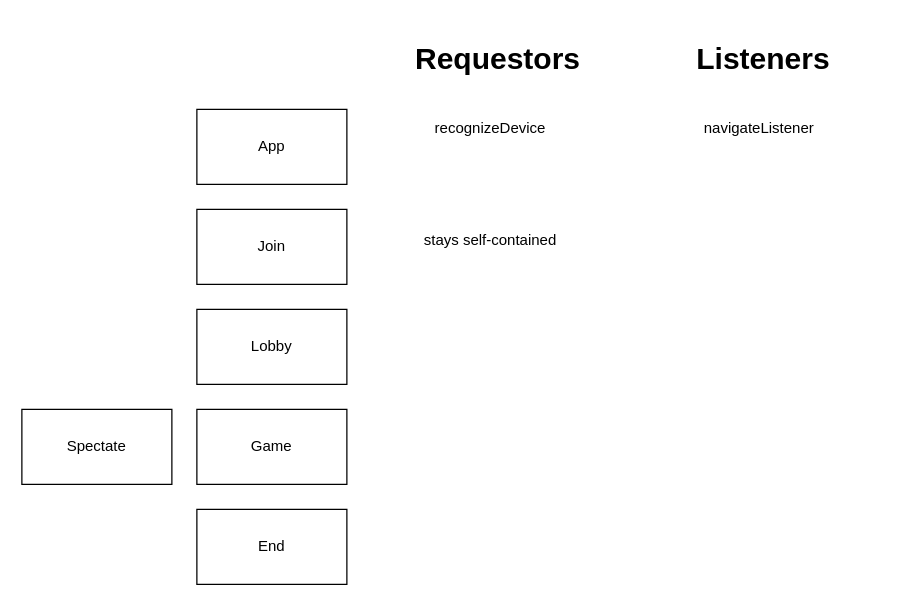
mikejseay/exquisite-text keeps this draw.io diagram as messages.drawio. Above is the earlier version. Source tidied: cells renumbered, new cells numbered last; positions are measured from the earlier drawing's top-left corner, leaving out a move shared by most shapes. Both pictures are drawn from the tidied source at 125%, with x=0, y=0 at pixel (21, 34).
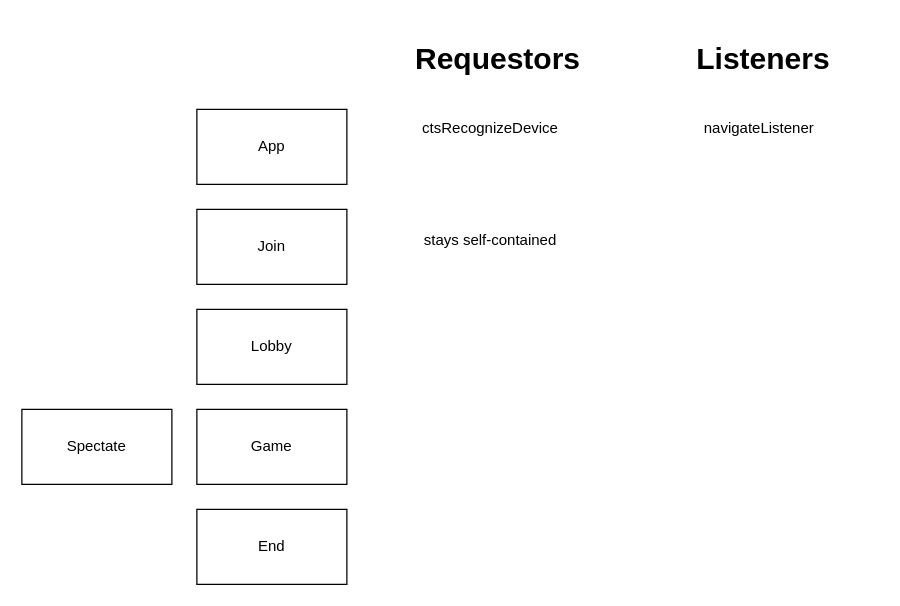
Above is the later version.

Commit message (it also covers changes not shown here):
chore: initial refactor socket messages

Diff of the diagram source:
```diff
@@
 <mxGraphModel>
   <root>
     <mxCell id="0" />
     <mxCell id="1" parent="0" />
     <mxCell id="2" value="App" style="rounded=0;whiteSpace=wrap;html=1;" parent="1" vertex="1">
       <mxGeometry x="140" y="60" width="120" height="60" as="geometry" />
     </mxCell>
     <mxCell id="3" value="Join" style="rounded=0;whiteSpace=wrap;html=1;" parent="1" vertex="1">
       <mxGeometry x="140" y="140" width="120" height="60" as="geometry" />
     </mxCell>
     <mxCell id="4" value="Lobby" style="rounded=0;whiteSpace=wrap;html=1;" parent="1" vertex="1">
       <mxGeometry x="140" y="220" width="120" height="60" as="geometry" />
     </mxCell>
     <mxCell id="5" value="Game" style="rounded=0;whiteSpace=wrap;html=1;" parent="1" vertex="1">
       <mxGeometry x="140" y="300" width="120" height="60" as="geometry" />
     </mxCell>
     <mxCell id="6" value="Spectate" style="rounded=0;whiteSpace=wrap;html=1;" parent="1" vertex="1">
       <mxGeometry y="300" width="120" height="60" as="geometry" />
     </mxCell>
     <mxCell id="7" value="End" style="rounded=0;whiteSpace=wrap;html=1;" parent="1" vertex="1">
       <mxGeometry x="140" y="380" width="120" height="60" as="geometry" />
     </mxCell>
-    <mxCell id="8" value="recognizeDevice" style="text;html=1;strokeColor=none;fillColor=none;align=center;verticalAlign=middle;whiteSpace=wrap;rounded=0;" parent="1" vertex="1">
+    <mxCell id="8" value="ctsRecognizeDevice" style="text;html=1;strokeColor=none;fillColor=none;align=center;verticalAlign=middle;whiteSpace=wrap;rounded=0;" parent="1" vertex="1">
       <mxGeometry x="320" y="60" width="110" height="30" as="geometry" />
     </mxCell>
     <mxCell id="9" value="&lt;h1&gt;Requestors&lt;/h1&gt;" style="text;html=1;strokeColor=none;fillColor=none;spacing=5;spacingTop=-20;whiteSpace=wrap;overflow=hidden;rounded=0;" parent="1" vertex="1">
       <mxGeometry x="310" width="150" height="40" as="geometry" />
     </mxCell>
     <mxCell id="10" value="&lt;h1&gt;Listeners&lt;/h1&gt;" style="text;html=1;strokeColor=none;fillColor=none;spacing=5;spacingTop=-20;whiteSpace=wrap;overflow=hidden;rounded=0;" parent="1" vertex="1">
       <mxGeometry x="535" width="150" height="40" as="geometry" />
     </mxCell>
     <mxCell id="11" value="navigateListener" style="text;html=1;strokeColor=none;fillColor=none;align=center;verticalAlign=middle;whiteSpace=wrap;rounded=0;" parent="1" vertex="1">
       <mxGeometry x="535" y="60" width="110" height="30" as="geometry" />
     </mxCell>
     <mxCell id="12" value="stays self-contained" style="text;html=1;strokeColor=none;fillColor=none;align=center;verticalAlign=middle;whiteSpace=wrap;rounded=0;" parent="1" vertex="1">
       <mxGeometry x="310" y="150" width="130" height="30" as="geometry" />
     </mxCell>
   </root>
 </mxGraphModel>
```
